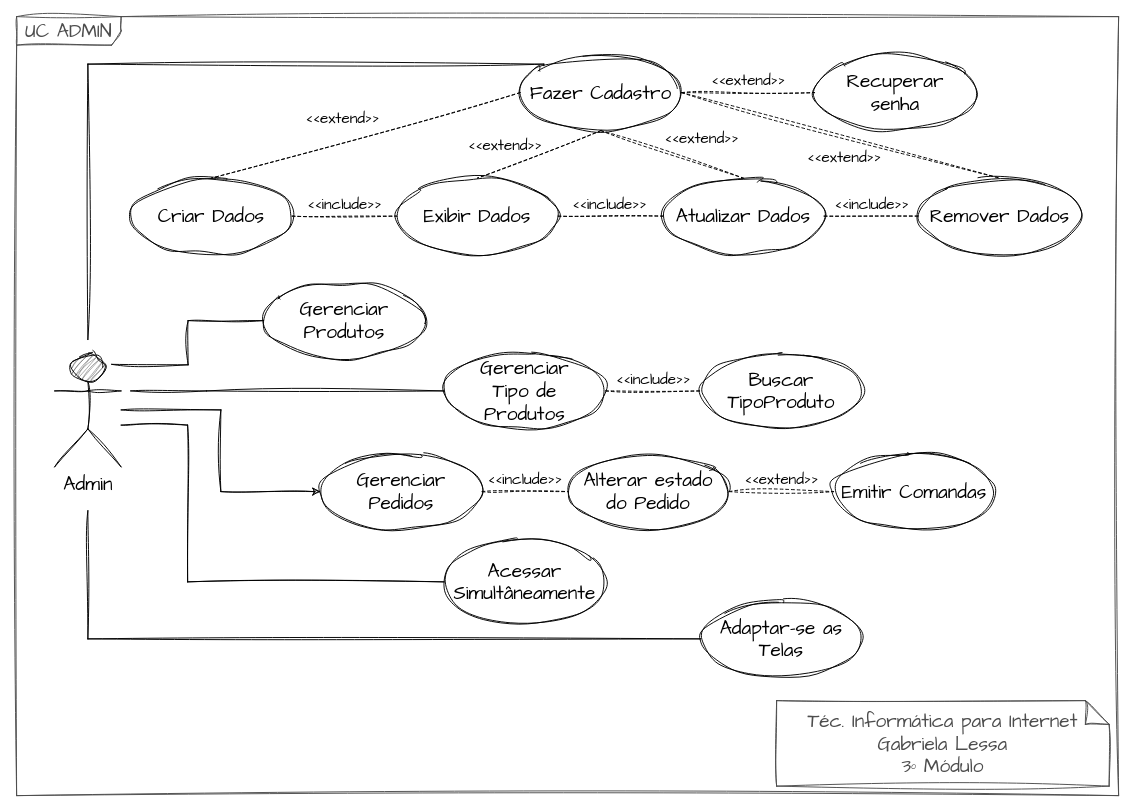
Before: User - Caso de Uso.drawio in gabi-lessa/AnaliseProjetoSistemas, a draw.io diagram. Source tidied: cells renumbered, new cells numbered last; positions are measured from the earlier drawing's top-left corner, leaving out a move shared by most shapes. Both pictures are drawn from the tidied source at 95%, with x=0, y=0 at pixel (16, 16).
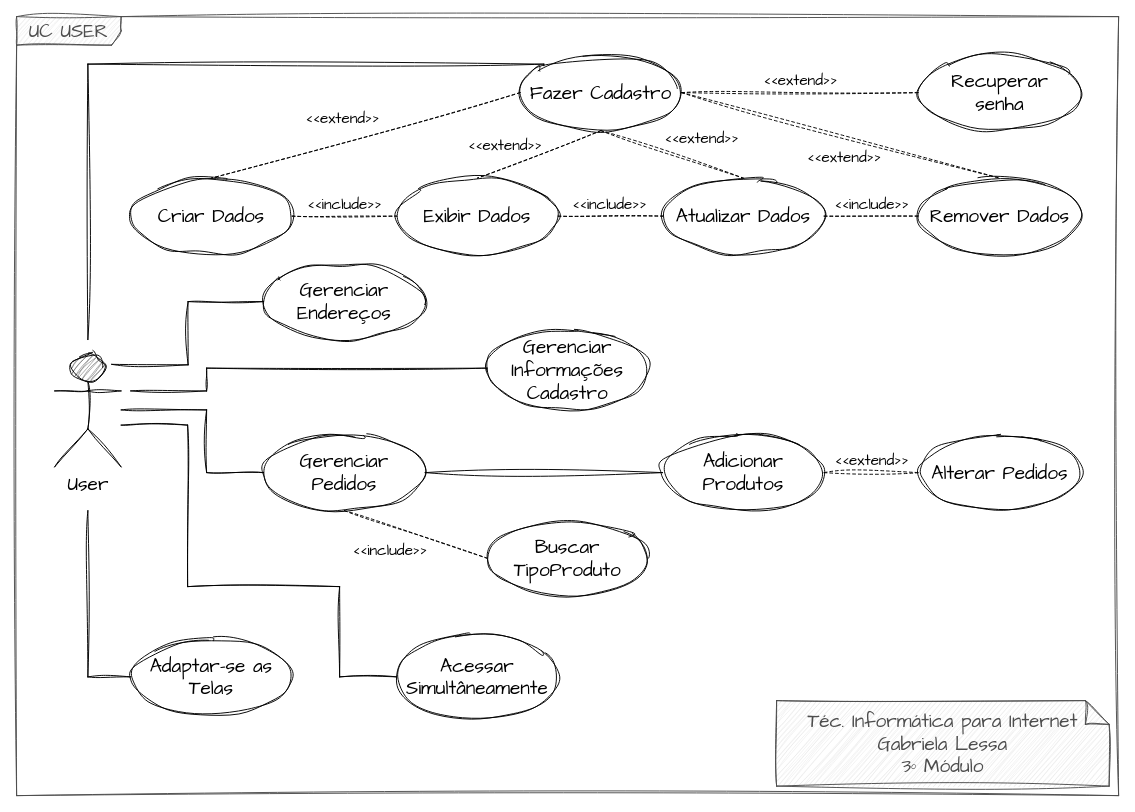
Above is the later version.

What changed in the source:
```diff
@@
-    <mxCell id="2" value="UC ADMIN" style="shape=umlFrame;whiteSpace=wrap;html=1;hachureGap=4;fontFamily=Architects Daughter;fontSize=20;width=110;height=30;strokeColor=#4D4D4D;fontColor=#4D4D4D;rounded=0;sketch=1;curveFitting=1;jiggle=2;" parent="1" vertex="1">
+    <mxCell id="2" value="UC USER" style="shape=umlFrame;whiteSpace=wrap;html=1;hachureGap=4;fontFamily=Architects Daughter;fontSize=20;width=110;height=30;strokeColor=#4D4D4D;fontColor=#4D4D4D;rounded=0;fillStyle=hachure;fillColor=#E6E6E6;sketch=1;curveFitting=1;jiggle=2;" parent="1" vertex="1">
       <mxGeometry width="1160" height="820" as="geometry" />
     </mxCell>
@@
     <mxCell id="4" style="edgeStyle=orthogonalEdgeStyle;hachureGap=4;jettySize=auto;html=1;entryX=0;entryY=0.5;entryDx=0;entryDy=0;fontFamily=Architects Daughter;fontSize=16;endArrow=none;endFill=0;rounded=0;sketch=1;curveFitting=1;jiggle=2;" parent="1" edge="1" target="12">
       <mxGeometry relative="1" as="geometry">
         <mxPoint x="120" y="394" as="sourcePoint" />
         <Array as="points">
           <mxPoint x="200" y="394" />
-          <mxPoint x="200" y="394" />
+          <mxPoint x="200" y="370" />
+          <mxPoint x="495" y="370" />
         </Array>
       </mxGeometry>
     </mxCell>
-    <mxCell id="5" style="edgeStyle=orthogonalEdgeStyle;hachureGap=4;jettySize=auto;html=1;entryX=0;entryY=0.5;entryDx=0;entryDy=0;fontFamily=Architects Daughter;fontSize=16;rounded=0;sketch=1;curveFitting=1;jiggle=2;" parent="1" edge="1" source="9" target="18">
-      <mxGeometry relative="1" as="geometry" />
+    <mxCell id="5" style="edgeStyle=orthogonalEdgeStyle;hachureGap=4;jettySize=auto;html=1;entryX=0;entryY=0.5;entryDx=0;entryDy=0;fontFamily=Architects Daughter;fontSize=16;rounded=0;endArrow=none;endFill=0;sketch=1;curveFitting=1;jiggle=2;" parent="1" edge="1" source="9" target="18">
+      <mxGeometry relative="1" as="geometry">
+        <Array as="points">
+          <mxPoint x="200" y="414" />
+          <mxPoint x="200" y="480" />
+        </Array>
+      </mxGeometry>
     </mxCell>
@@
-    <mxCell id="7" style="edgeStyle=orthogonalEdgeStyle;hachureGap=4;jettySize=auto;html=1;entryX=0;entryY=0.5;entryDx=0;entryDy=0;fontFamily=Architects Daughter;fontSize=16;endArrow=none;endFill=0;rounded=0;sketch=1;curveFitting=1;jiggle=2;" parent="1" edge="1" source="9" target="23">
+    <mxCell id="7" style="edgeStyle=orthogonalEdgeStyle;hachureGap=4;jettySize=auto;html=1;fontFamily=Architects Daughter;fontSize=16;endArrow=none;endFill=0;rounded=0;sketch=1;curveFitting=1;jiggle=2;" parent="1" edge="1" source="9" target="23">
       <mxGeometry relative="1" as="geometry">
         <Array as="points">
           <mxPoint x="180" y="430" />
-          <mxPoint x="180" y="595" />
+          <mxPoint x="180" y="600" />
+          <mxPoint x="340" y="600" />
+          <mxPoint x="340" y="695" />
         </Array>
       </mxGeometry>
     </mxCell>
     <mxCell id="8" style="edgeStyle=orthogonalEdgeStyle;hachureGap=4;jettySize=auto;html=1;entryX=0;entryY=0.5;entryDx=0;entryDy=0;fontFamily=Architects Daughter;fontSize=16;endArrow=none;endFill=0;rounded=0;sketch=1;curveFitting=1;jiggle=2;" parent="1" edge="1" target="24">
       <mxGeometry relative="1" as="geometry">
         <mxPoint x="75" y="520" as="sourcePoint" />
         <Array as="points">
-          <mxPoint x="75" y="655" />
+          <mxPoint x="75" y="695" />
         </Array>
       </mxGeometry>
     </mxCell>
-    <mxCell id="9" value="Admin" style="shape=umlActor;verticalLabelPosition=bottom;verticalAlign=top;html=1;hachureGap=4;fontFamily=Architects Daughter;fontSize=20;rounded=0;fillStyle=hatch;fillColor=#4D4D4D;sketch=1;curveFitting=1;jiggle=2;" parent="1" vertex="1">
+    <mxCell id="9" value="User" style="shape=umlActor;verticalLabelPosition=bottom;verticalAlign=top;html=1;hachureGap=4;fontFamily=Architects Daughter;fontSize=20;rounded=0;fillStyle=hatch;fillColor=#4D4D4D;sketch=1;curveFitting=1;jiggle=2;" parent="1" vertex="1">
       <mxGeometry x="40" y="354" width="70" height="120" as="geometry" />
     </mxCell>
-    <mxCell id="10" value="&lt;div style=&quot;border-color: var(--border-color);&quot;&gt;Téc. Informática para Internet&lt;/div&gt;&lt;div style=&quot;border-color: var(--border-color);&quot;&gt;&lt;span style=&quot;border-color: var(--border-color); background-color: initial;&quot;&gt;Gabriela Lessa&lt;/span&gt;&lt;/div&gt;&lt;div style=&quot;border-color: var(--border-color);&quot;&gt;&lt;span style=&quot;border-color: var(--border-color); background-color: initial;&quot;&gt;3º Módulo&lt;/span&gt;&lt;/div&gt;" style="shape=note2;boundedLbl=1;whiteSpace=wrap;html=1;size=25;verticalAlign=middle;align=center;hachureGap=4;fontFamily=Architects Daughter;fontSize=20;fillColor=none;rounded=0;fontColor=#4D4D4D;strokeColor=#4D4D4D;sketch=1;curveFitting=1;jiggle=2;" parent="1" vertex="1">
+    <mxCell id="10" value="&lt;div style=&quot;border-color: var(--border-color);&quot;&gt;Téc. Informática para Internet&lt;/div&gt;&lt;div style=&quot;border-color: var(--border-color);&quot;&gt;&lt;span style=&quot;border-color: var(--border-color); background-color: initial;&quot;&gt;Gabriela Lessa&lt;/span&gt;&lt;/div&gt;&lt;div style=&quot;border-color: var(--border-color);&quot;&gt;&lt;span style=&quot;border-color: var(--border-color); background-color: initial;&quot;&gt;3º Módulo&lt;/span&gt;&lt;/div&gt;" style="shape=note2;boundedLbl=1;whiteSpace=wrap;html=1;size=25;verticalAlign=middle;align=center;hachureGap=4;fontFamily=Architects Daughter;fontSize=20;fillColor=#E6E6E6;rounded=0;fontColor=#4D4D4D;strokeColor=#4D4D4D;fillStyle=hachure;sketch=1;curveFitting=1;jiggle=2;" parent="1" vertex="1">
       <mxGeometry x="800" y="720" width="350" height="90" as="geometry" />
     </mxCell>
-    <mxCell id="11" value="Gerenciar&lt;br&gt;Produtos" style="ellipse;whiteSpace=wrap;html=1;hachureGap=4;fontFamily=Architects Daughter;fontSize=20;fillColor=none;rounded=0;sketch=1;curveFitting=1;jiggle=2;" parent="1" vertex="1">
-      <mxGeometry x="260" y="280" width="170" height="80" as="geometry" />
+    <mxCell id="11" value="Gerenciar&lt;br&gt;Endereços" style="ellipse;whiteSpace=wrap;html=1;hachureGap=4;fontFamily=Architects Daughter;fontSize=20;fillColor=none;rounded=0;sketch=1;curveFitting=1;jiggle=2;" parent="1" vertex="1">
+      <mxGeometry x="260" y="260" width="170" height="80" as="geometry" />
     </mxCell>
-    <mxCell id="12" value="Gerenciar&lt;br&gt;Tipo de&lt;br&gt;Produtos" style="ellipse;whiteSpace=wrap;html=1;hachureGap=4;fontFamily=Architects Daughter;fontSize=20;fillColor=none;rounded=0;sketch=1;curveFitting=1;jiggle=2;" parent="1" vertex="1">
-      <mxGeometry x="450" y="354" width="170" height="80" as="geometry" />
+    <mxCell id="12" value="Gerenciar&lt;br&gt;Informações&lt;br&gt;Cadastro" style="ellipse;whiteSpace=wrap;html=1;hachureGap=4;fontFamily=Architects Daughter;fontSize=20;fillColor=none;rounded=0;sketch=1;curveFitting=1;jiggle=2;" parent="1" vertex="1">
+      <mxGeometry x="495" y="330" width="170" height="84" as="geometry" />
     </mxCell>
@@
+    <mxCell id="36" style="edgeStyle=orthogonalEdgeStyle;rounded=0;hachureGap=4;jettySize=auto;html=1;fontFamily=Architects Daughter;fontSize=16;endArrow=none;endFill=0;sketch=1;curveFitting=1;jiggle=2;" parent="1" edge="1" source="18" target="20">
+      <mxGeometry relative="1" as="geometry" />
+    </mxCell>
     <mxCell id="18" value="Gerenciar&lt;br&gt;Pedidos" style="ellipse;whiteSpace=wrap;html=1;hachureGap=4;fontFamily=Architects Daughter;fontSize=20;fillColor=none;rounded=0;sketch=1;curveFitting=1;jiggle=2;" parent="1" vertex="1">
-      <mxGeometry x="320" y="460" width="170" height="80" as="geometry" />
+      <mxGeometry x="260" y="440" width="170" height="80" as="geometry" />
     </mxCell>
     <mxCell id="19" value="Recuperar &lt;br&gt;senha" style="ellipse;whiteSpace=wrap;html=1;hachureGap=4;fontFamily=Architects Daughter;fontSize=20;fillColor=none;rounded=0;sketch=1;curveFitting=1;jiggle=2;" parent="1" vertex="1">
-      <mxGeometry x="840" y="40" width="170" height="80" as="geometry" />
+      <mxGeometry x="950" y="40" width="170" height="80" as="geometry" />
     </mxCell>
-    <mxCell id="20" value="Emitir Comandas" style="ellipse;whiteSpace=wrap;html=1;hachureGap=4;fontFamily=Architects Daughter;fontSize=20;fillColor=none;rounded=0;sketch=1;curveFitting=1;jiggle=2;" parent="1" vertex="1">
-      <mxGeometry x="860" y="460" width="170" height="80" as="geometry" />
+    <mxCell id="20" value="Adicionar Produtos" style="ellipse;whiteSpace=wrap;html=1;hachureGap=4;fontFamily=Architects Daughter;fontSize=20;fillColor=none;rounded=0;sketch=1;curveFitting=1;jiggle=2;" parent="1" vertex="1">
+      <mxGeometry x="680" y="440" width="170" height="80" as="geometry" />
     </mxCell>
-    <mxCell id="21" value="Alterar estado&lt;br&gt;do Pedido" style="ellipse;whiteSpace=wrap;html=1;hachureGap=4;fontFamily=Architects Daughter;fontSize=20;fillColor=none;rounded=0;sketch=1;curveFitting=1;jiggle=2;" parent="1" vertex="1">
-      <mxGeometry x="580" y="460" width="170" height="80" as="geometry" />
+    <mxCell id="21" value="Buscar TipoProduto" style="ellipse;whiteSpace=wrap;html=1;hachureGap=4;fontFamily=Architects Daughter;fontSize=20;fillColor=none;rounded=0;sketch=1;curveFitting=1;jiggle=2;" parent="1" vertex="1">
+      <mxGeometry x="495" y="530" width="170" height="80" as="geometry" />
     </mxCell>
-    <mxCell id="22" value="Buscar TipoProduto" style="ellipse;whiteSpace=wrap;html=1;hachureGap=4;fontFamily=Architects Daughter;fontSize=20;fillColor=none;rounded=0;sketch=1;curveFitting=1;jiggle=2;" parent="1" vertex="1">
-      <mxGeometry x="720" y="354" width="170" height="80" as="geometry" />
+    <mxCell id="22" value="Alterar Pedidos" style="ellipse;whiteSpace=wrap;html=1;hachureGap=4;fontFamily=Architects Daughter;fontSize=20;fillColor=none;rounded=0;sketch=1;curveFitting=1;jiggle=2;" parent="1" vertex="1">
+      <mxGeometry x="950" y="440" width="170" height="80" as="geometry" />
     </mxCell>
     <mxCell id="23" value="Acessar Simultâneamente" style="ellipse;whiteSpace=wrap;html=1;hachureGap=4;fontFamily=Architects Daughter;fontSize=20;fillColor=none;rounded=0;sketch=1;curveFitting=1;jiggle=2;" parent="1" vertex="1">
-      <mxGeometry x="450" y="550" width="170" height="90" as="geometry" />
+      <mxGeometry x="400" y="650" width="170" height="90" as="geometry" />
     </mxCell>
     <mxCell id="24" value="Adaptar-se as Telas" style="ellipse;whiteSpace=wrap;html=1;hachureGap=4;fontFamily=Architects Daughter;fontSize=20;fillColor=none;rounded=0;sketch=1;curveFitting=1;jiggle=2;" parent="1" vertex="1">
-      <mxGeometry x="720" y="615" width="170" height="80" as="geometry" />
+      <mxGeometry x="120" y="655" width="170" height="80" as="geometry" />
     </mxCell>
@@
-    <mxCell id="33" value="&amp;lt;&amp;lt;include&amp;gt;&amp;gt;" style="html=1;verticalAlign=bottom;labelBackgroundColor=none;endArrow=none;endFill=0;dashed=1;hachureGap=4;fontFamily=Architects Daughter;fontSize=16;rounded=0;exitX=1;exitY=0.5;exitDx=0;exitDy=0;entryX=0;entryY=0.5;entryDx=0;entryDy=0;sketch=1;curveFitting=1;jiggle=2;" parent="1" edge="1" source="12" target="22">
-      <mxGeometry relative="1" as="geometry" />
-    </mxCell>
+    <mxCell id="35" value="&amp;lt;&amp;lt;include&amp;gt;&amp;gt;" style="html=1;verticalAlign=bottom;labelBackgroundColor=none;endArrow=none;endFill=0;dashed=1;hachureGap=4;fontFamily=Architects Daughter;fontSize=16;rounded=0;exitX=0.5;exitY=1;exitDx=0;exitDy=0;entryX=0;entryY=0.5;entryDx=0;entryDy=0;sketch=1;curveFitting=1;jiggle=2;" parent="1" edge="1" source="18" target="21">
+      <mxGeometry x="-0.22" y="-35" relative="1" as="geometry">
+        <mxPoint y="1" as="offset" />
+      </mxGeometry>
+    </mxCell>
-    <mxCell id="34" value="&amp;lt;&amp;lt;extend&amp;gt;&amp;gt;" style="html=1;verticalAlign=bottom;labelBackgroundColor=none;endArrow=none;endFill=0;dashed=1;hachureGap=4;fontFamily=Architects Daughter;fontSize=16;rounded=0;exitX=1;exitY=0.5;exitDx=0;exitDy=0;entryX=0;entryY=0.5;entryDx=0;entryDy=0;sketch=1;curveFitting=1;jiggle=2;" parent="1" edge="1" source="21" target="20">
+    <mxCell id="34" value="&amp;lt;&amp;lt;extend&amp;gt;&amp;gt;" style="html=1;verticalAlign=bottom;labelBackgroundColor=none;endArrow=none;endFill=0;dashed=1;hachureGap=4;fontFamily=Architects Daughter;fontSize=16;rounded=0;exitX=1;exitY=0.5;exitDx=0;exitDy=0;entryX=0;entryY=0.5;entryDx=0;entryDy=0;sketch=1;curveFitting=1;jiggle=2;" parent="1" edge="1" source="20" target="22">
       <mxGeometry relative="1" as="geometry" />
     </mxCell>
-    <mxCell id="35" value="&amp;lt;&amp;lt;include&amp;gt;&amp;gt;" style="html=1;verticalAlign=bottom;labelBackgroundColor=none;endArrow=none;endFill=0;dashed=1;hachureGap=4;fontFamily=Architects Daughter;fontSize=16;rounded=0;exitX=1;exitY=0.5;exitDx=0;exitDy=0;entryX=0;entryY=0.5;entryDx=0;entryDy=0;sketch=1;curveFitting=1;jiggle=2;" parent="1" edge="1" source="18" target="21">
-      <mxGeometry relative="1" as="geometry" />
-    </mxCell>
```
